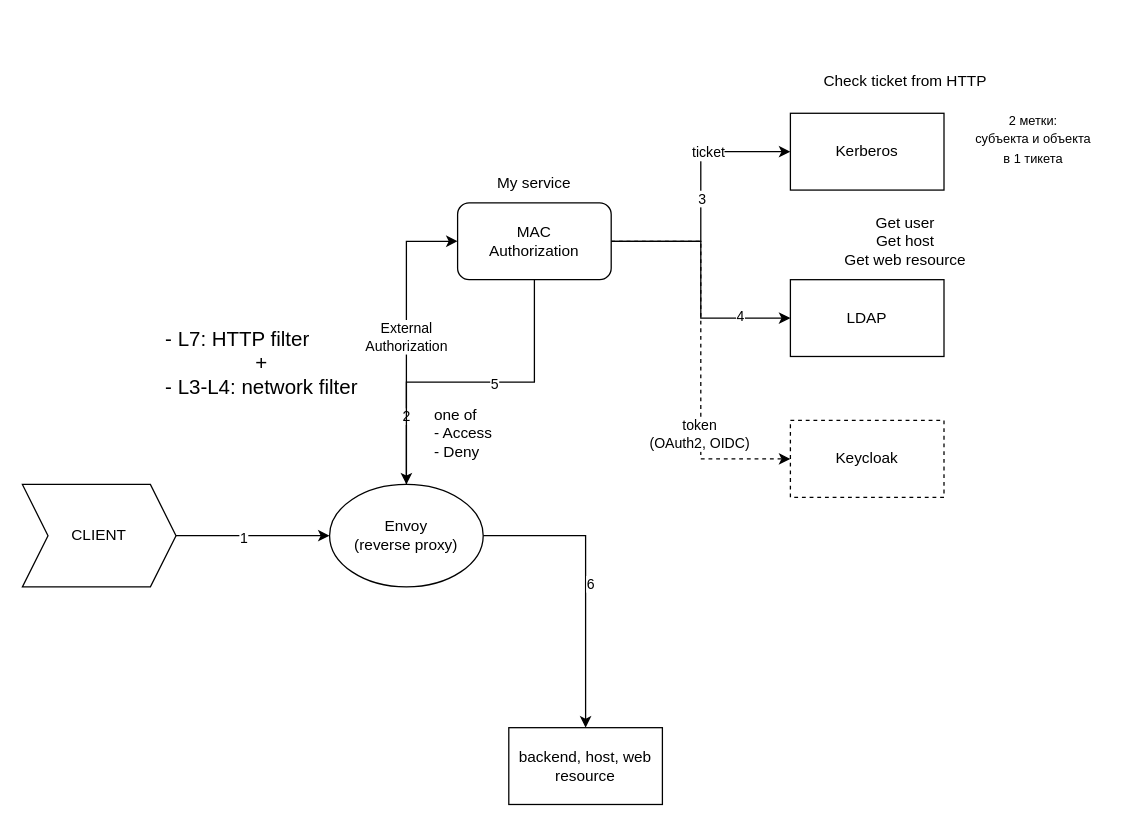
Earlier version of the draw.io diagram docs/mac-reverse-proxy.drawio (Conty111/reverse-proxy-mac). Source tidied: cells renumbered, new cells numbered last; positions are measured from the earlier drawing's top-left corner, leaving out a move shared by most shapes. Both pictures are drawn from the tidied source at 128%, with x=0, y=0 at pixel (22, 61).
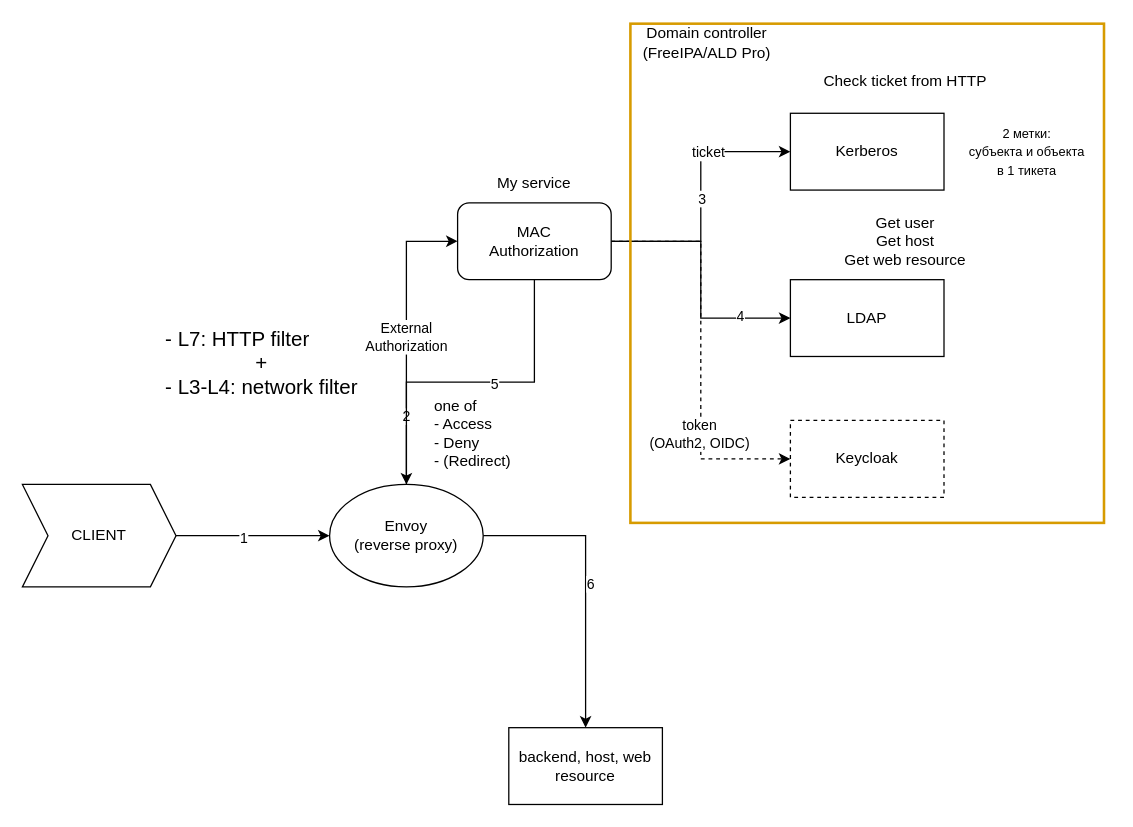
Above is the later version.

What changed in the source:
```diff
@@
-    <mxCell id="27" value="&lt;div&gt;one of&lt;/div&gt;&lt;div&gt;- Access&lt;/div&gt;&lt;div&gt;- Deny&lt;/div&gt;" style="text;html=1;whiteSpace=wrap;strokeColor=none;fillColor=none;align=left;verticalAlign=middle;rounded=0;" parent="1" vertex="1">
-      <mxGeometry x="320" y="260" width="70" height="60" as="geometry" />
+    <mxCell id="27" value="&lt;div&gt;one of&lt;/div&gt;&lt;div&gt;- Access&lt;/div&gt;&lt;div&gt;- Deny&lt;/div&gt;&lt;div&gt;- (Redirect)&lt;/div&gt;" style="text;html=1;whiteSpace=wrap;strokeColor=none;fillColor=none;align=left;verticalAlign=middle;rounded=0;" parent="1" vertex="1">
+      <mxGeometry x="320" y="255" width="80" height="70" as="geometry" />
     </mxCell>
@@
+    <mxCell id="30" style="rounded=0;whiteSpace=wrap;html=1;strokeColor=#d79b00;fillColor=none;strokeWidth=2;" parent="1" vertex="1">
+      <mxGeometry x="475" y="-30" width="370" height="390" as="geometry" />
+    </mxCell>
     <mxCell id="29" value="&lt;font style=&quot;font-size: 10px;&quot;&gt;2 метки:&lt;/font&gt;&lt;div&gt;&lt;font style=&quot;font-size: 10px;&quot;&gt;субъекта и объекта&lt;/font&gt;&lt;/div&gt;&lt;div&gt;&lt;font style=&quot;font-size: 10px;&quot;&gt;в 1 тикета&lt;/font&gt;&lt;/div&gt;" style="text;html=1;whiteSpace=wrap;strokeColor=none;fillColor=none;align=center;verticalAlign=middle;rounded=0;" parent="1" vertex="1">
-      <mxGeometry x="730" y="30" width="120" height="60" as="geometry" />
+      <mxGeometry x="725" y="40" width="120" height="60" as="geometry" />
     </mxCell>
+    <mxCell id="31" value="Domain controller&lt;div&gt;(FreeIPA/ALD Pro)&lt;/div&gt;" style="text;html=1;whiteSpace=wrap;strokeColor=none;fillColor=none;align=center;verticalAlign=middle;rounded=0;fontStyle=0;" parent="1" vertex="1">
+      <mxGeometry x="475" y="-30" width="120" height="30" as="geometry" />
+    </mxCell>
```
